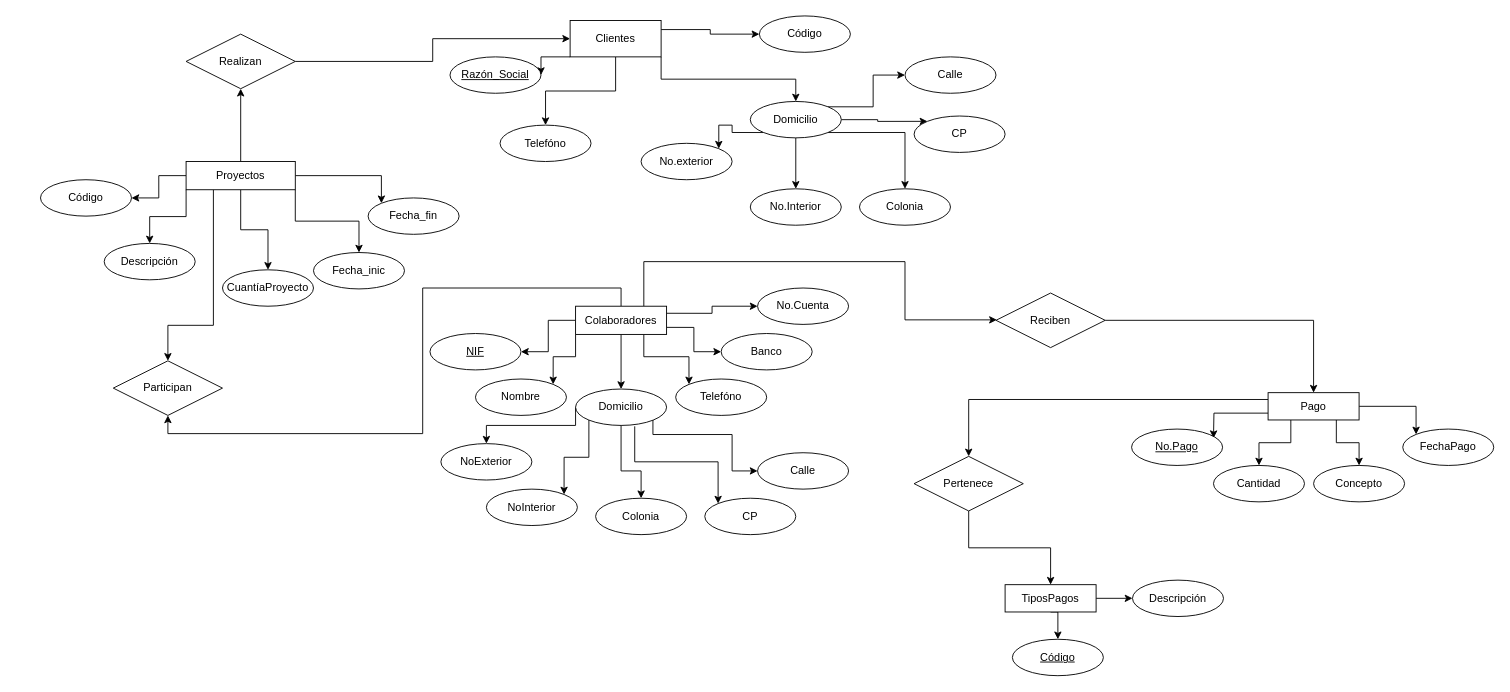
Kary3008/Base_De_Datos keeps this draw.io diagram as Diagrama2.drawio. Above is the earlier version. Source tidied: cells renumbered, new cells numbered last; positions are measured from the earlier drawing's top-left corner, leaving out a move shared by most shapes. Both pictures are drawn from the tidied source at 91%, with x=0, y=0 at pixel (40, 15).
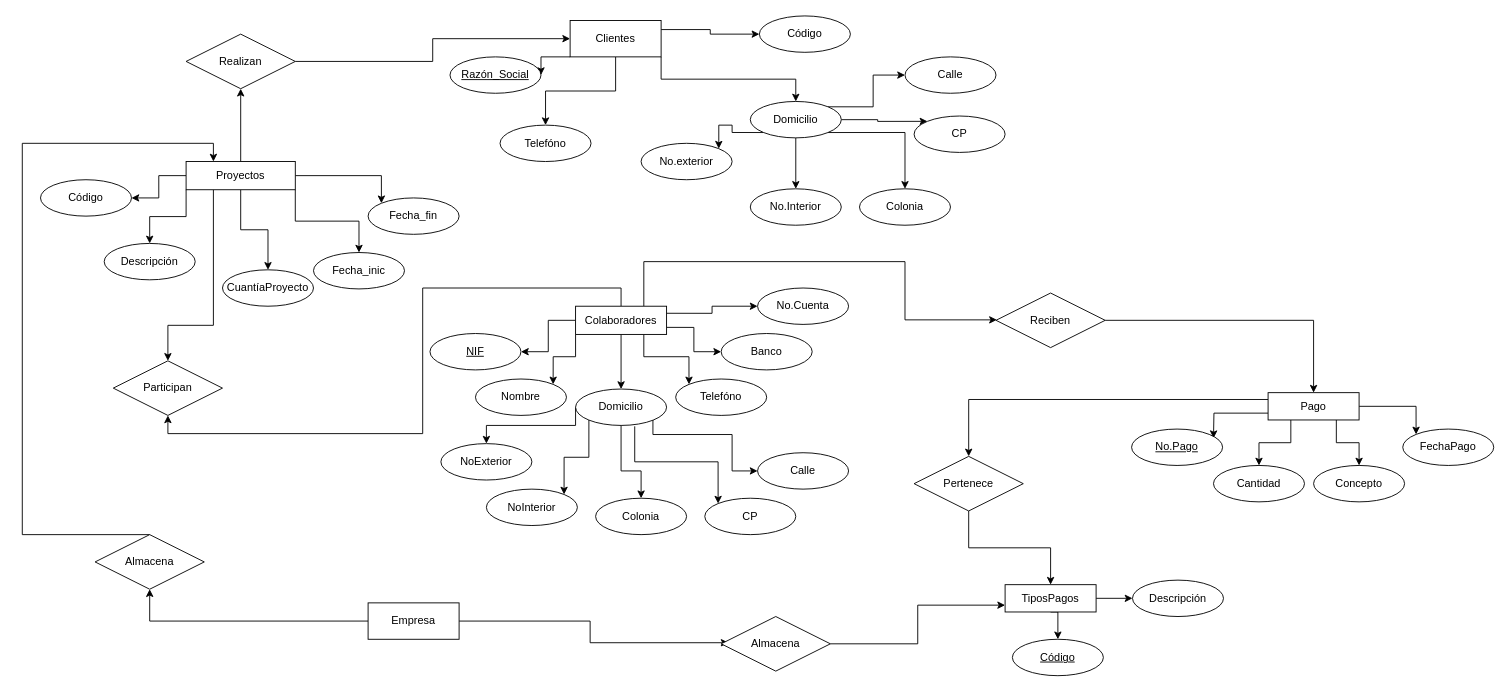
After the change.

Unchanged cells that the change refers to:
```xml
<mxCell id="9" value="Proyectos" style="rounded=0;whiteSpace=wrap;html=1;" parent="1" vertex="1">
  <mxGeometry x="160" y="160" width="120" height="31" as="geometry" />
</mxCell>
<mxCell id="71" value="TiposPagos" style="whiteSpace=wrap;html=1;align=center;" parent="1" vertex="1">
  <mxGeometry x="1060" y="625" width="100" height="30" as="geometry" />
</mxCell>
```

Change to the diagram source:
```diff
@@
+    <mxCell id="81" style="edgeStyle=orthogonalEdgeStyle;rounded=0;jettySize=auto;html=1;exitX=1;exitY=0.5;exitDx=0;exitDy=0;entryX=0.068;entryY=0.48;entryDx=0;entryDy=0;entryPerimeter=0;" parent="1" edge="1" source="83" target="85">
+      <mxGeometry relative="1" as="geometry" />
+    </mxCell>
+    <mxCell id="82" style="edgeStyle=orthogonalEdgeStyle;rounded=0;jettySize=auto;html=1;exitX=0;exitY=0.5;exitDx=0;exitDy=0;" parent="1" edge="1" source="83" target="87">
+      <mxGeometry relative="1" as="geometry" />
+    </mxCell>
+    <mxCell id="83" value="Empresa" style="whiteSpace=wrap;html=1;align=center;" parent="1" vertex="1">
+      <mxGeometry x="360" y="645" width="100" height="40" as="geometry" />
+    </mxCell>
+    <mxCell id="84" style="edgeStyle=orthogonalEdgeStyle;rounded=0;jettySize=auto;html=1;exitX=1;exitY=0.5;exitDx=0;exitDy=0;entryX=0;entryY=0.75;entryDx=0;entryDy=0;" parent="1" edge="1" source="85" target="71">
+      <mxGeometry relative="1" as="geometry" />
+    </mxCell>
+    <mxCell id="85" value="Almacena" style="shape=rhombus;perimeter=rhombusPerimeter;whiteSpace=wrap;html=1;align=center;" parent="1" vertex="1">
+      <mxGeometry x="748" y="660" width="120" height="60" as="geometry" />
+    </mxCell>
+    <mxCell id="86" style="edgeStyle=orthogonalEdgeStyle;rounded=0;jettySize=auto;html=1;exitX=0.5;exitY=0;exitDx=0;exitDy=0;entryX=0.25;entryY=0;entryDx=0;entryDy=0;" parent="1" edge="1" source="87" target="9">
+      <mxGeometry relative="1" as="geometry">
+        <Array as="points">
+          <mxPoint x="-20" y="570" />
+          <mxPoint x="-20" y="140" />
+          <mxPoint x="190" y="140" />
+        </Array>
+      </mxGeometry>
+    </mxCell>
+    <mxCell id="87" value="Almacena" style="shape=rhombus;perimeter=rhombusPerimeter;whiteSpace=wrap;html=1;align=center;" parent="1" vertex="1">
+      <mxGeometry x="60" y="570" width="120" height="60" as="geometry" />
+    </mxCell>
```
